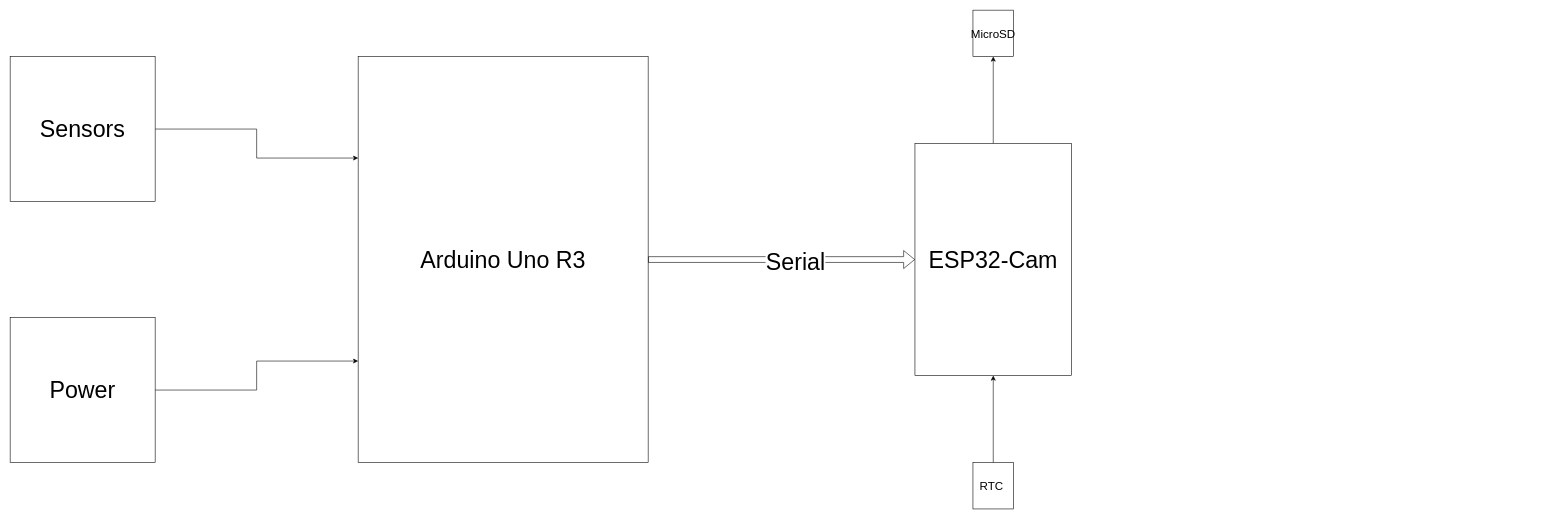
The draw.io diagram Schematics/BasicArchitecture.drawio in Benetic303/WeatherStation, before the edit. Source tidied: cells renumbered, new cells numbered last; positions are measured from the earlier drawing's top-left corner, leaving out a move shared by most shapes. Both pictures are drawn from the tidied source at 58%, with x=0, y=0 at pixel (10, 10).
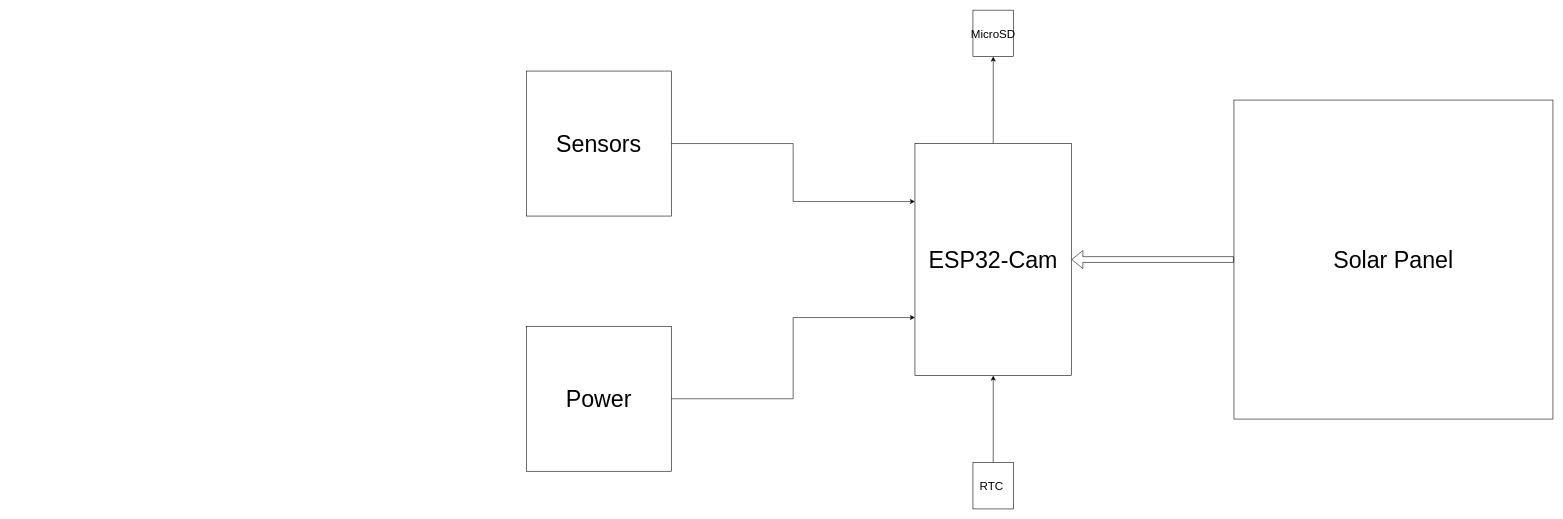
Above is the later version.

Commit message (it also covers changes not shown here):
Added plan for Solar panels

The edit, as a diff of the source:
```diff
@@
 <mxGraphModel>
   <root>
     <mxCell id="0" />
     <mxCell id="1" parent="0" />
-    <mxCell id="2" value="&lt;font style=&quot;font-size: 40px;&quot;&gt;Arduino Uno R3&lt;/font&gt;" style="rounded=0;whiteSpace=wrap;html=1;" parent="1" vertex="1">
-      <mxGeometry x="600" y="80" width="500" height="700" as="geometry" />
-    </mxCell>
     <mxCell id="3" style="edgeStyle=orthogonalEdgeStyle;rounded=0;jettySize=auto;html=1;exitX=0.5;exitY=0;exitDx=0;exitDy=0;" parent="1" edge="1" source="4" target="9">
       <mxGeometry relative="1" as="geometry" />
     </mxCell>
     <mxCell id="4" value="&lt;font style=&quot;font-size: 40px;&quot;&gt;ESP32-Cam&lt;/font&gt;" style="rounded=0;whiteSpace=wrap;html=1;" parent="1" vertex="1">
       <mxGeometry x="1560" y="230" width="270" height="400" as="geometry" />
     </mxCell>
-    <mxCell id="5" style="edgeStyle=orthogonalEdgeStyle;rounded=0;jettySize=auto;html=1;entryX=0;entryY=0.25;entryDx=0;entryDy=0;" parent="1" edge="1" source="6" target="2">
+    <mxCell id="5" style="edgeStyle=orthogonalEdgeStyle;rounded=0;jettySize=auto;html=1;entryX=0;entryY=0.25;entryDx=0;entryDy=0;" parent="1" edge="1" source="6" target="4">
       <mxGeometry relative="1" as="geometry" />
     </mxCell>
     <mxCell id="6" value="&lt;font style=&quot;font-size: 40px;&quot;&gt;Sensors&lt;/font&gt;" style="rounded=0;whiteSpace=wrap;html=1;" parent="1" vertex="1">
-      <mxGeometry y="80" width="250" height="250" as="geometry" />
+      <mxGeometry x="890" y="105" width="250" height="250" as="geometry" />
     </mxCell>
-    <mxCell id="7" style="shape=flexArrow;endArrow=classic;html=1;rounded=0;exitX=1;exitY=0.5;exitDx=0;exitDy=0;" parent="1" edge="1" source="2" target="4">
-      <mxGeometry relative="1" as="geometry" />
-    </mxCell>
-    <mxCell id="8" value="&lt;font style=&quot;font-size: 40px;&quot;&gt;Serial&lt;/font&gt;" style="edgeLabel;html=1;align=center;verticalAlign=middle;" parent="7" vertex="1">
-      <mxGeometry x="0.1" y="-2" relative="1" as="geometry" />
-    </mxCell>
     <mxCell id="9" value="&lt;font style=&quot;font-size: 20px;&quot;&gt;MicroSD&lt;/font&gt;" style="rounded=0;whiteSpace=wrap;html=1;" parent="1" vertex="1">
       <mxGeometry x="1660" width="70" height="80" as="geometry" />
     </mxCell>
-    <mxCell id="10" style="edgeStyle=orthogonalEdgeStyle;rounded=0;jettySize=auto;html=1;entryX=0;entryY=0.75;entryDx=0;entryDy=0;" parent="1" edge="1" source="11" target="2">
-      <mxGeometry relative="1" as="geometry" />
-    </mxCell>
+    <mxCell id="14" style="edgeStyle=orthogonalEdgeStyle;rounded=0;jettySize=auto;html=1;exitX=1;exitY=0.5;exitDx=0;exitDy=0;entryX=0;entryY=0.75;entryDx=0;entryDy=0;" parent="1" edge="1" source="11" target="4">
+      <mxGeometry relative="1" as="geometry" />
+    </mxCell>
     <mxCell id="11" value="&lt;font style=&quot;font-size: 40px;&quot;&gt;Power&lt;/font&gt;" style="rounded=0;whiteSpace=wrap;html=1;" parent="1" vertex="1">
-      <mxGeometry y="530" width="250" height="250" as="geometry" />
+      <mxGeometry x="890" y="545" width="250" height="250" as="geometry" />
     </mxCell>
     <mxCell id="12" style="edgeStyle=orthogonalEdgeStyle;rounded=0;jettySize=auto;html=1;exitX=0.5;exitY=0;exitDx=0;exitDy=0;entryX=0.5;entryY=1;entryDx=0;entryDy=0;" parent="1" edge="1" source="13" target="4">
       <mxGeometry relative="1" as="geometry" />
     </mxCell>
     <mxCell id="13" value="&lt;font style=&quot;font-size: 20px;&quot;&gt;RTC&amp;nbsp;&lt;/font&gt;" style="rounded=0;whiteSpace=wrap;html=1;" parent="1" vertex="1">
       <mxGeometry x="1660" y="780" width="70" height="80" as="geometry" />
     </mxCell>
+    <mxCell id="15" value="&lt;font style=&quot;font-size: 40px;&quot;&gt;Solar Panel&lt;/font&gt;" style="rounded=0;whiteSpace=wrap;html=1;" parent="1" vertex="1">
+      <mxGeometry x="2110" y="155" width="550" height="550" as="geometry" />
+    </mxCell>
+    <mxCell id="16" style="shape=flexArrow;endArrow=classic;html=1;rounded=0;entryX=1;entryY=0.5;entryDx=0;entryDy=0;exitX=0;exitY=0.5;exitDx=0;exitDy=0;" parent="1" edge="1" source="15" target="4">
+      <mxGeometry relative="1" as="geometry" />
+    </mxCell>
   </root>
 </mxGraphModel>
```
